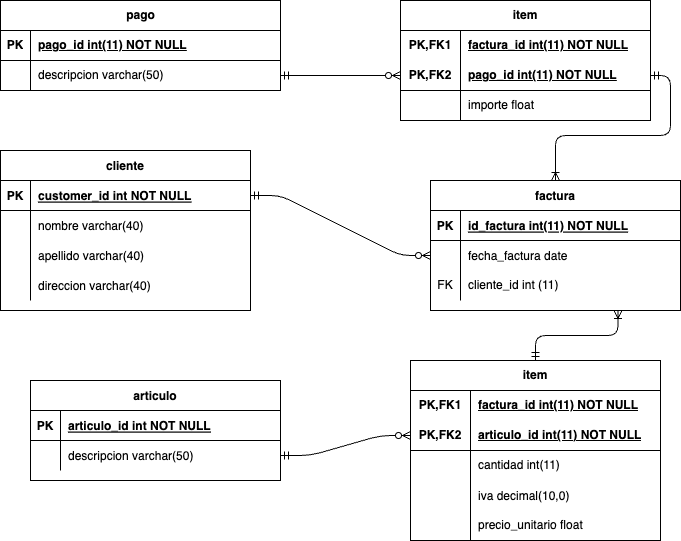
arijalkemy/java-w25 keeps this draw.io diagram as 6. Bases de datos/07.factura-der-normalizado/factura.drawio.png. Above is the earlier version. Source tidied: cells renumbered, new cells last; positions are measured from the earlier drawing's top-left corner, leaving out a move shared by most shapes.
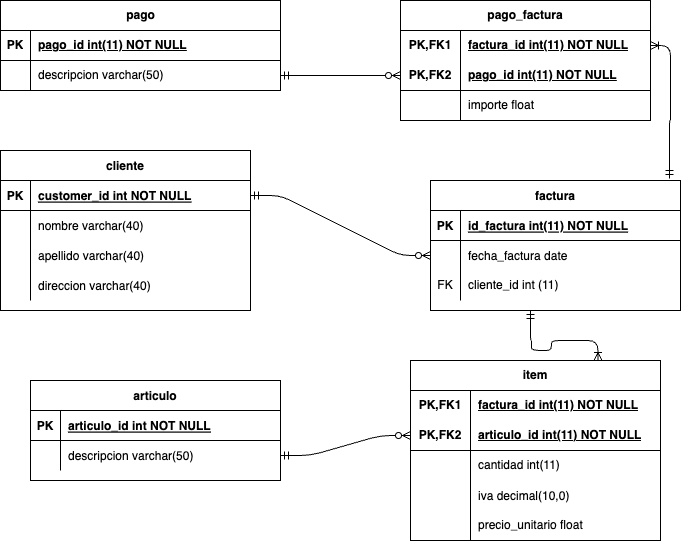
The same file after the commit.

Commit message:
hotfix der

Diff of the diagram source:
```diff
@@ -187,7 +187,7 @@
     <mxCell id="57" value="descripcion varchar(50)" style="shape=partialRectangle;fillColor=none;top=0;left=0;bottom=0;right=0;align=left;spacingLeft=6;overflow=hidden;whiteSpace=wrap;html=1;" parent="55" vertex="1">
       <mxGeometry x="30" width="250" height="30" as="geometry" />
     </mxCell>
-    <mxCell id="58" value="item" style="shape=table;startSize=30;rowLines=0;fontStyle=1;align=center;html=1;whiteSpace=wrap;" parent="1" vertex="1">
+    <mxCell id="58" value="pago_factura" style="shape=table;startSize=30;rowLines=0;fontStyle=1;align=center;html=1;whiteSpace=wrap;" parent="1" vertex="1">
       <mxGeometry x="400" width="250" height="120" as="geometry" />
     </mxCell>
     <mxCell id="59" style="shape=tableRow;horizontal=0;startSize=0;swimlaneHead=0;swimlaneBody=0;fillColor=none;points=[[0,0.5],[1,0.5]];portConstraint=eastwest;top=0;left=0;right=0;bottom=0;html=1;" parent="58" vertex="1">
@@ -217,9 +217,6 @@
     <mxCell id="67" value="importe float" style="shape=partialRectangle;fillColor=none;top=0;left=0;bottom=0;right=0;align=left;spacingLeft=6;overflow=hidden;html=1;whiteSpace=wrap;" parent="65" vertex="1">
       <mxGeometry x="60" width="190" height="30" as="geometry" />
     </mxCell>
-    <mxCell id="68" style="edgeStyle=orthogonalEdgeStyle;rounded=1;jettySize=auto;html=1;exitX=1;exitY=0.5;exitDx=0;exitDy=0;startArrow=ERmandOne;startFill=0;endArrow=ERoneToMany;endFill=0;curved=0;" parent="1" edge="1" source="62" target="12">
-      <mxGeometry relative="1" as="geometry" />
-    </mxCell>
     <mxCell id="69" style="edgeStyle=entityRelationEdgeStyle;endArrow=ERzeroToMany;startArrow=ERmandOne;endFill=1;startFill=0;exitX=1;exitY=0.5;exitDx=0;exitDy=0;entryX=0;entryY=0.5;entryDx=0;entryDy=0;" parent="1" edge="1" source="55" target="62">
       <mxGeometry relative="1" as="geometry">
         <Array as="points">
@@ -232,8 +229,21 @@
         </Array>
       </mxGeometry>
     </mxCell>
-    <mxCell id="70" style="edgeStyle=orthogonalEdgeStyle;rounded=1;jettySize=auto;html=1;exitX=0.5;exitY=0;exitDx=0;exitDy=0;startArrow=ERmandOne;startFill=0;endArrow=ERoneToMany;endFill=0;curved=0;entryX=0.75;entryY=1;entryDx=0;entryDy=0;" parent="1" edge="1" source="35" target="12">
-      <mxGeometry relative="1" as="geometry" />
+    <mxCell id="70" style="edgeStyle=orthogonalEdgeStyle;rounded=1;jettySize=auto;html=1;startArrow=ERmandOne;startFill=0;endArrow=ERoneToMany;endFill=0;curved=0;entryX=0.75;entryY=0;entryDx=0;entryDy=0;" parent="1" edge="1" target="35">
+      <mxGeometry relative="1" as="geometry">
+        <mxPoint x="530" y="310" as="sourcePoint" />
+        <Array as="points">
+          <mxPoint x="530" y="340" />
+          <mxPoint x="531" y="340" />
+          <mxPoint x="531" y="350" />
+          <mxPoint x="551" y="350" />
+          <mxPoint x="551" y="340" />
+          <mxPoint x="598" y="340" />
+        </Array>
+      </mxGeometry>
     </mxCell>
+    <mxCell id="68" style="edgeStyle=orthogonalEdgeStyle;rounded=1;jettySize=auto;html=1;exitX=0.956;exitY=-0.015;exitDx=0;exitDy=0;startArrow=ERmandOne;startFill=0;endArrow=ERoneToMany;endFill=0;curved=0;entryX=1;entryY=0.5;entryDx=0;entryDy=0;exitPerimeter=0;" parent="1" edge="1" source="12" target="59">
+      <mxGeometry relative="1" as="geometry" />
+    </mxCell>
   </root>
 </mxGraphModel>
```
